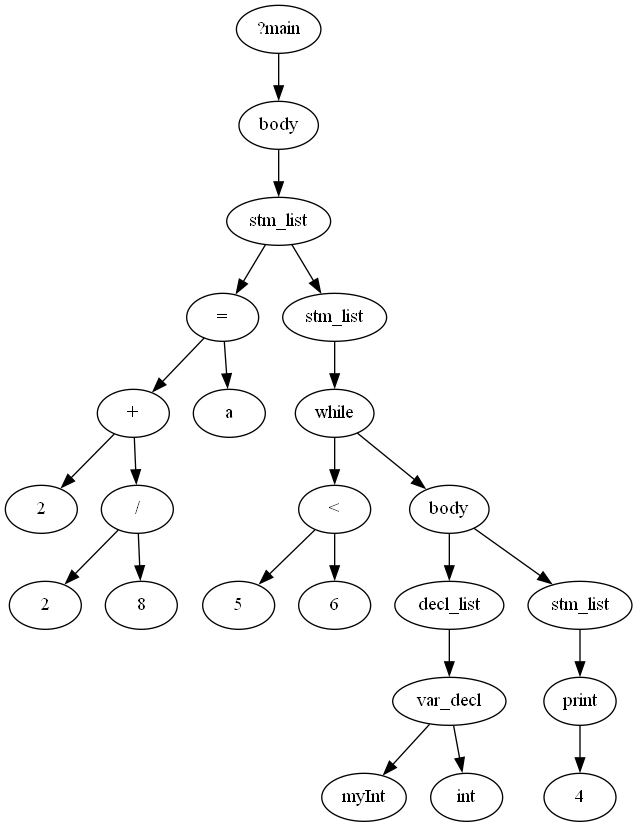
The Graphviz diagram src/printer/images/AST.gv.png in KianBankeLarsen/Compiler, before a commit. Its source is kept beside it as src/printer/images/AST.gv.
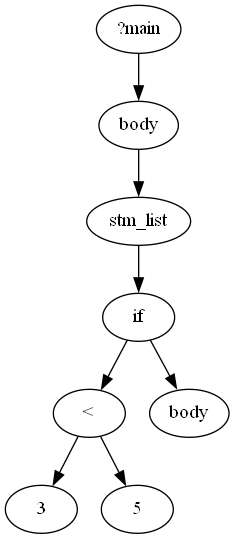
After the change.

Diff of the diagram source:
```diff
@@ -2,46 +2,16 @@
 	0 [label="?main"]
 	1 [label=body]
 	2 [label=stm_list]
-	3 [label=2]
-	4 [label=2]
-	5 [label=8]
-	6 [label="/"]
-	6 -> 4
-	6 -> 5
-	7 [label="+"]
-	7 -> 3
+	3 [label=3]
+	4 [label=5]
+	5 [label="<"]
+	5 -> 3
+	5 -> 4
+	6 [label=body]
+	7 [label=if]
+	7 -> 5
 	7 -> 6
-	8 [label="="]
-	9 [label=a]
-	8 -> 9
-	8 -> 7
-	2 -> 8
-	10 [label=stm_list]
-	11 [label=5]
-	12 [label=6]
-	13 [label="<"]
-	13 -> 11
-	13 -> 12
-	14 [label=body]
-	15 [label=var_decl]
-	16 [label=myInt]
-	17 [label=int]
-	15 -> 16
-	15 -> 17
-	18 [label=decl_list]
-	18 -> 15
-	14 -> 18
-	19 [label=stm_list]
-	20 [label=4]
-	21 [label=print]
-	21 -> 20
-	19 -> 21
-	14 -> 19
-	22 [label=while]
-	22 -> 13
-	22 -> 14
-	10 -> 22
-	2 -> 10
+	2 -> 7
 	1 -> 2
 	0 -> 1
 }
```
